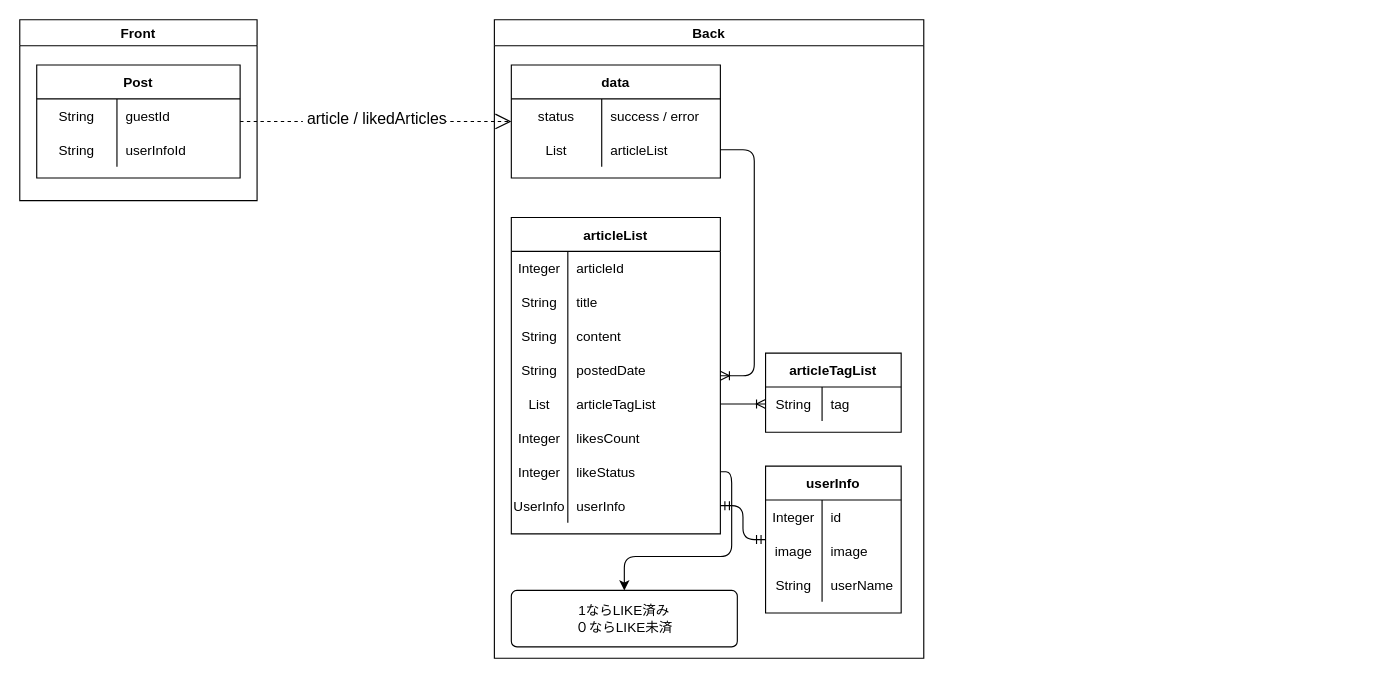
Before: page "[表示]投稿記事一覧" (5 of 20) of Designs/基本設計.drawio in yusuke-rakus/Qiish, a draw.io diagram. Source tidied: cells renumbered, new cells numbered last; positions are measured from the earlier drawing's top-left corner, leaving out a move shared by most shapes. Both pictures are drawn from the tidied source at 113%, with x=0, y=0 at pixel (19, 19).
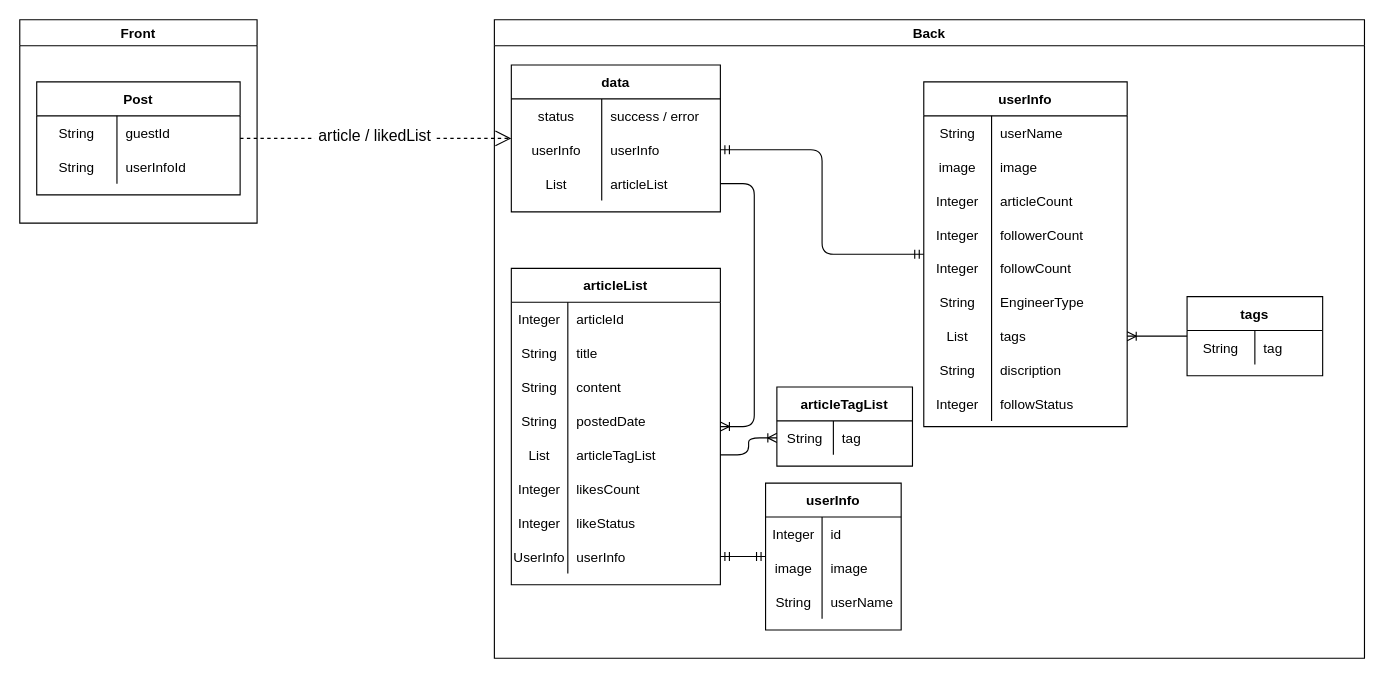
The same diagram, later.

Unchanged cells that the change refers to:
```xml
<mxCell id="29" style="shape=partialRectangle;fillColor=none;top=0;left=0;bottom=0;right=0;points=[[0,0.5],[1,0.5]];portConstraint=eastwest;" parent="10" vertex="1">
  <mxGeometry y="210" width="185" height="30" as="geometry" />
</mxCell>
<mxCell id="54" style="endArrow=open;endSize=12;dashed=1;html=1;" parent="1" edge="1" source="57" target="3">
  <mxGeometry relative="1" as="geometry" />
</mxCell>
```

What changed in the source:
```diff
@@
     <mxCell id="2" value="Back" style="swimlane;" parent="1" vertex="1">
-      <mxGeometry x="420" width="380" height="565" as="geometry" />
+      <mxGeometry x="420" width="770" height="565" as="geometry" />
     </mxCell>
     <mxCell id="3" value="data" style="shape=table;startSize=30;childLayout=tableLayout;rowLines=0;fontStyle=1;align=center;" parent="2" vertex="1">
-      <mxGeometry x="15" y="40" width="185" height="100" as="geometry" />
+      <mxGeometry x="15" y="40" width="185" height="130" as="geometry" />
     </mxCell>
@@
+    <mxCell id="64" style="shape=partialRectangle;fillColor=none;top=0;left=0;bottom=0;right=0;points=[[0,0.5],[1,0.5]];portConstraint=eastwest;" parent="3" vertex="1">
+      <mxGeometry y="60" width="185" height="30" as="geometry" />
+    </mxCell>
+    <mxCell id="65" value="userInfo" style="shape=partialRectangle;fillColor=none;top=0;left=0;bottom=0;right=0;fontStyle=0;overflow=hidden;" parent="64" vertex="1">
+      <mxGeometry width="80" height="30" as="geometry" />
+    </mxCell>
+    <mxCell id="66" value="userInfo" style="shape=partialRectangle;fillColor=none;top=0;left=0;bottom=0;right=0;align=left;spacingLeft=6;fontStyle=0;overflow=hidden;" parent="64" vertex="1">
+      <mxGeometry x="80" width="105" height="30" as="geometry" />
+    </mxCell>
     <mxCell id="7" style="shape=partialRectangle;fillColor=none;top=0;left=0;bottom=0;right=0;points=[[0,0.5],[1,0.5]];portConstraint=eastwest;" parent="3" vertex="1">
-      <mxGeometry y="60" width="185" height="30" as="geometry" />
+      <mxGeometry y="90" width="185" height="30" as="geometry" />
     </mxCell>
@@
     <mxCell id="10" value="articleList" style="shape=table;startSize=30;childLayout=tableLayout;rowLines=0;fontStyle=1;align=center;" parent="2" vertex="1">
-      <mxGeometry x="15" y="175" width="185" height="280" as="geometry" />
+      <mxGeometry x="15" y="220" width="185" height="280" as="geometry" />
     </mxCell>
@@
     <mxCell id="35" value="articleTagList" style="shape=table;startSize=30;childLayout=tableLayout;rowLines=0;fontStyle=1;align=center;" parent="2" vertex="1">
-      <mxGeometry x="240" y="295" width="120" height="70" as="geometry" />
+      <mxGeometry x="250" y="325" width="120" height="70" as="geometry" />
     </mxCell>
@@
-    <mxCell id="41" value="1ならLIKE済み&lt;br&gt;０ならLIKE未済" style="rounded=1;arcSize=10;whiteSpace=wrap;html=1;align=center;" parent="2" vertex="1">
-      <mxGeometry x="15" y="505" width="200" height="50" as="geometry" />
-    </mxCell>
-    <mxCell id="42" style="edgeStyle=orthogonalEdgeStyle;html=1;exitX=1;exitY=0.5;exitDx=0;exitDy=0;" parent="2" edge="1" source="29" target="41">
-      <mxGeometry relative="1" as="geometry">
-        <Array as="points">
-          <mxPoint x="210" y="400" />
-          <mxPoint x="210" y="475" />
-          <mxPoint x="115" y="475" />
-        </Array>
-      </mxGeometry>
-    </mxCell>
     <mxCell id="43" value="userInfo" style="shape=table;startSize=30;childLayout=tableLayout;rowLines=0;fontStyle=1;align=center;" parent="2" vertex="1">
-      <mxGeometry x="240" y="395" width="120" height="130" as="geometry" />
+      <mxGeometry x="240" y="410" width="120" height="130" as="geometry" />
     </mxCell>
@@
+    <mxCell id="67" value="userInfo" style="shape=table;startSize=30;childLayout=tableLayout;rowLines=0;fontStyle=1;align=center;" parent="2" vertex="1">
+      <mxGeometry x="380" y="55" width="180" height="305" as="geometry" />
+    </mxCell>
+    <mxCell id="68" style="shape=partialRectangle;fillColor=none;top=0;left=0;bottom=0;right=0;" parent="67" vertex="1">
+      <mxGeometry y="30" width="180" height="30" as="geometry" />
+    </mxCell>
+    <mxCell id="69" value="String" style="shape=partialRectangle;fillColor=none;top=0;left=0;bottom=0;right=0;overflow=hidden;" parent="68" vertex="1">
+      <mxGeometry width="60" height="30" as="geometry" />
+    </mxCell>
+    <mxCell id="70" value="userName" style="shape=partialRectangle;fillColor=none;top=0;left=0;bottom=0;right=0;align=left;spacingLeft=6;overflow=hidden;" parent="68" vertex="1">
+      <mxGeometry x="60" width="120" height="30" as="geometry" />
+    </mxCell>
+    <mxCell id="71" style="shape=partialRectangle;fillColor=none;top=0;left=0;bottom=0;right=0;" parent="67" vertex="1">
+      <mxGeometry y="60" width="180" height="30" as="geometry" />
+    </mxCell>
+    <mxCell id="72" value="image" style="shape=partialRectangle;fillColor=none;top=0;left=0;bottom=0;right=0;overflow=hidden;" parent="71" vertex="1">
+      <mxGeometry width="60" height="30" as="geometry" />
+    </mxCell>
+    <mxCell id="73" value="image" style="shape=partialRectangle;fillColor=none;top=0;left=0;bottom=0;right=0;align=left;spacingLeft=6;overflow=hidden;" parent="71" vertex="1">
+      <mxGeometry x="60" width="120" height="30" as="geometry" />
+    </mxCell>
+    <mxCell id="74" style="shape=partialRectangle;fillColor=none;top=0;left=0;bottom=0;right=0;" parent="67" vertex="1">
+      <mxGeometry y="90" width="180" height="30" as="geometry" />
+    </mxCell>
+    <mxCell id="75" value="Integer" style="shape=partialRectangle;fillColor=none;top=0;left=0;bottom=0;right=0;overflow=hidden;" parent="74" vertex="1">
+      <mxGeometry width="60" height="30" as="geometry" />
+    </mxCell>
+    <mxCell id="76" value="articleCount" style="shape=partialRectangle;fillColor=none;top=0;left=0;bottom=0;right=0;align=left;spacingLeft=6;overflow=hidden;" parent="74" vertex="1">
+      <mxGeometry x="60" width="120" height="30" as="geometry" />
+    </mxCell>
+    <mxCell id="77" style="shape=partialRectangle;fillColor=none;top=0;left=0;bottom=0;right=0;" parent="67" vertex="1">
+      <mxGeometry y="120" width="180" height="30" as="geometry" />
+    </mxCell>
+    <mxCell id="78" value="Integer" style="shape=partialRectangle;fillColor=none;top=0;left=0;bottom=0;right=0;overflow=hidden;" parent="77" vertex="1">
+      <mxGeometry width="60" height="30" as="geometry" />
+    </mxCell>
+    <mxCell id="79" value="followerCount" style="shape=partialRectangle;fillColor=none;top=0;left=0;bottom=0;right=0;align=left;spacingLeft=6;overflow=hidden;" parent="77" vertex="1">
+      <mxGeometry x="60" width="120" height="30" as="geometry" />
+    </mxCell>
+    <mxCell id="80" style="shape=partialRectangle;fillColor=none;top=0;left=0;bottom=0;right=0;" parent="67" vertex="1">
+      <mxGeometry y="150" width="180" height="30" as="geometry" />
+    </mxCell>
+    <mxCell id="81" value="Integer" style="shape=partialRectangle;fillColor=none;top=0;left=0;bottom=0;right=0;overflow=hidden;" parent="80" vertex="1">
+      <mxGeometry width="60" height="30" as="geometry" />
+    </mxCell>
+    <mxCell id="82" value="followCount" style="shape=partialRectangle;fillColor=none;top=0;left=0;bottom=0;right=0;align=left;spacingLeft=6;overflow=hidden;" parent="80" vertex="1">
+      <mxGeometry x="60" width="120" height="30" as="geometry" />
+    </mxCell>
+    <mxCell id="83" style="shape=partialRectangle;fillColor=none;top=0;left=0;bottom=0;right=0;" parent="67" vertex="1">
+      <mxGeometry y="180" width="180" height="30" as="geometry" />
+    </mxCell>
+    <mxCell id="84" value="String" style="shape=partialRectangle;fillColor=none;top=0;left=0;bottom=0;right=0;overflow=hidden;" parent="83" vertex="1">
+      <mxGeometry width="60" height="30" as="geometry" />
+    </mxCell>
+    <mxCell id="85" value="EngineerType" style="shape=partialRectangle;fillColor=none;top=0;left=0;bottom=0;right=0;align=left;spacingLeft=6;overflow=hidden;" parent="83" vertex="1">
+      <mxGeometry x="60" width="120" height="30" as="geometry" />
+    </mxCell>
+    <mxCell id="86" style="shape=partialRectangle;fillColor=none;top=0;left=0;bottom=0;right=0;points=[[0,0.5],[1,0.5]];portConstraint=eastwest;" parent="67" vertex="1">
+      <mxGeometry y="210" width="180" height="30" as="geometry" />
+    </mxCell>
+    <mxCell id="87" value="List" style="shape=partialRectangle;fillColor=none;top=0;left=0;bottom=0;right=0;overflow=hidden;" parent="86" vertex="1">
+      <mxGeometry width="60" height="30" as="geometry" />
+    </mxCell>
+    <mxCell id="88" value="tags" style="shape=partialRectangle;fillColor=none;top=0;left=0;bottom=0;right=0;align=left;spacingLeft=6;overflow=hidden;" parent="86" vertex="1">
+      <mxGeometry x="60" width="120" height="30" as="geometry" />
+    </mxCell>
+    <mxCell id="89" style="shape=partialRectangle;fillColor=none;top=0;left=0;bottom=0;right=0;" parent="67" vertex="1">
+      <mxGeometry y="240" width="180" height="30" as="geometry" />
+    </mxCell>
+    <mxCell id="90" value="String" style="shape=partialRectangle;fillColor=none;top=0;left=0;bottom=0;right=0;overflow=hidden;" parent="89" vertex="1">
+      <mxGeometry width="60" height="30" as="geometry" />
+    </mxCell>
+    <mxCell id="91" value="discription" style="shape=partialRectangle;fillColor=none;top=0;left=0;bottom=0;right=0;align=left;spacingLeft=6;overflow=hidden;" parent="89" vertex="1">
+      <mxGeometry x="60" width="120" height="30" as="geometry" />
+    </mxCell>
+    <mxCell id="92" style="shape=partialRectangle;fillColor=none;top=0;left=0;bottom=0;right=0;" parent="67" vertex="1">
+      <mxGeometry y="270" width="180" height="30" as="geometry" />
+    </mxCell>
+    <mxCell id="93" value="Integer" style="shape=partialRectangle;fillColor=none;top=0;left=0;bottom=0;right=0;overflow=hidden;" parent="92" vertex="1">
+      <mxGeometry width="60" height="30" as="geometry" />
+    </mxCell>
+    <mxCell id="94" value="followStatus" style="shape=partialRectangle;fillColor=none;top=0;left=0;bottom=0;right=0;align=left;spacingLeft=6;overflow=hidden;" parent="92" vertex="1">
+      <mxGeometry x="60" width="120" height="30" as="geometry" />
+    </mxCell>
+    <mxCell id="95" value="tags" style="shape=table;startSize=30;childLayout=tableLayout;rowLines=0;fontStyle=1;align=center;" parent="2" vertex="1">
+      <mxGeometry x="613" y="245" width="120" height="70" as="geometry" />
+    </mxCell>
+    <mxCell id="96" style="shape=partialRectangle;fillColor=none;top=0;left=0;bottom=0;right=0;" parent="95" vertex="1">
+      <mxGeometry y="30" width="120" height="30" as="geometry" />
+    </mxCell>
+    <mxCell id="97" value="String" style="shape=partialRectangle;fillColor=none;top=0;left=0;bottom=0;right=0;overflow=hidden;" parent="96" vertex="1">
+      <mxGeometry width="60" height="30" as="geometry" />
+    </mxCell>
+    <mxCell id="98" value="tag" style="shape=partialRectangle;fillColor=none;top=0;left=0;bottom=0;right=0;align=left;spacingLeft=6;overflow=hidden;" parent="96" vertex="1">
+      <mxGeometry x="60" width="60" height="30" as="geometry" />
+    </mxCell>
+    <mxCell id="99" style="edgeStyle=entityRelationEdgeStyle;fontSize=12;html=1;endArrow=ERoneToMany;" parent="2" edge="1" source="95" target="86">
+      <mxGeometry relative="1" as="geometry" />
+    </mxCell>
+    <mxCell id="100" style="edgeStyle=orthogonalEdgeStyle;fontSize=12;html=1;endArrow=ERmandOne;startArrow=ERmandOne;" parent="2" edge="1" source="64" target="67">
+      <mxGeometry relative="1" as="geometry" />
+    </mxCell>
@@
-    <mxCell id="55" value="&amp;nbsp;article / likedArticles" style="edgeLabel;html=1;align=center;verticalAlign=middle;fontSize=14;" parent="54" vertex="1">
+    <mxCell id="55" value="&amp;nbsp;article / likedList&amp;nbsp;" style="edgeLabel;html=1;align=center;verticalAlign=middle;fontSize=14;" parent="54" vertex="1">
       <mxGeometry x="-0.02" y="3" relative="1" as="geometry" />
     </mxCell>
     <mxCell id="56" value="Front" style="swimlane;" parent="1" vertex="1">
-      <mxGeometry width="210" height="160" as="geometry" />
+      <mxGeometry width="210" height="180" as="geometry" />
     </mxCell>
     <mxCell id="57" value="Post" style="shape=table;startSize=30;childLayout=tableLayout;rowLines=0;fontStyle=1;align=center;" parent="56" vertex="1">
-      <mxGeometry x="15" y="40" width="180" height="100" as="geometry" />
+      <mxGeometry x="15" y="55" width="180" height="100" as="geometry" />
     </mxCell>
```
